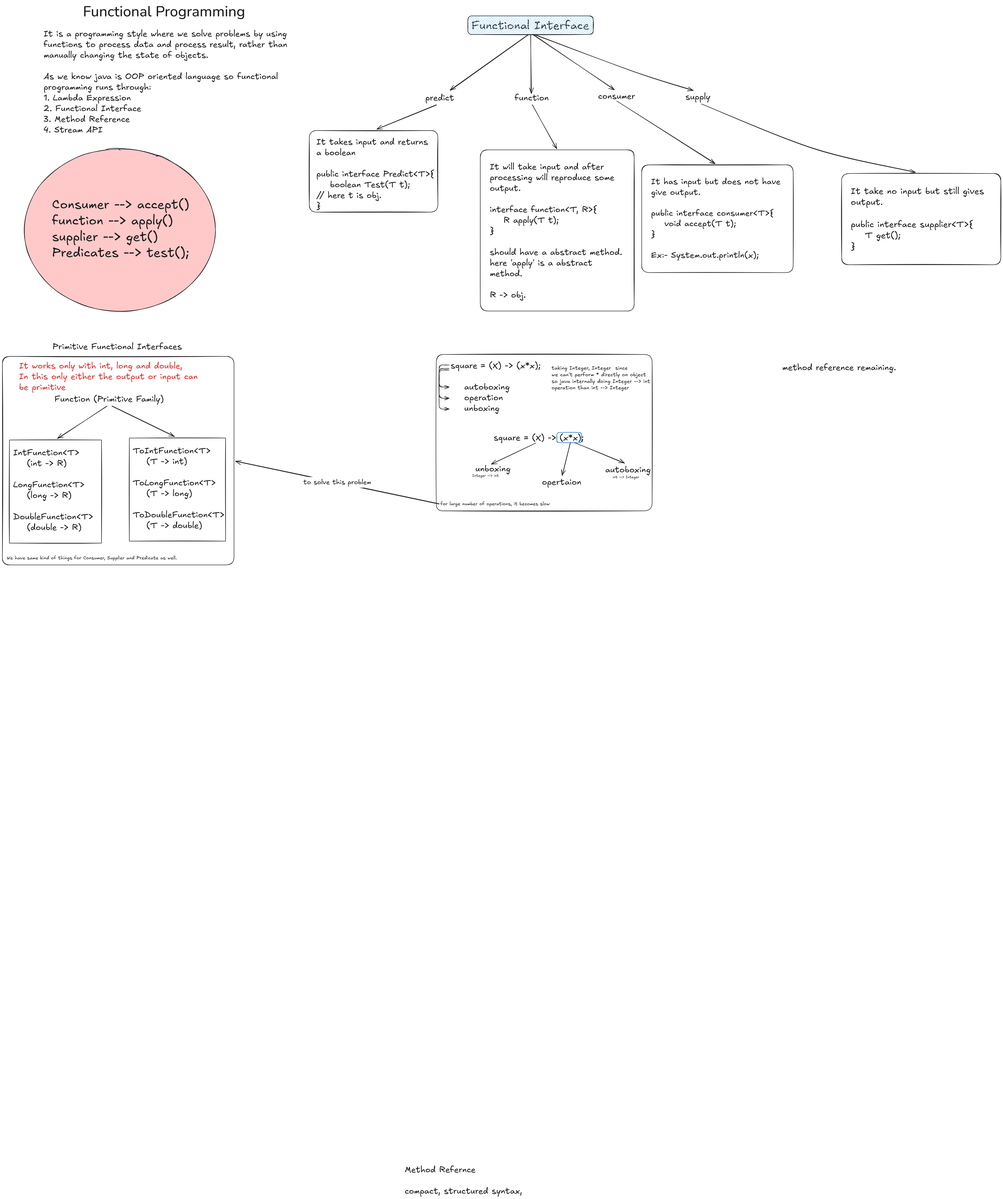
This is dayTen/Functional Programming.excalidraw.png from tanuj0202/javahcl, a Excalidraw export, as it was before one commit. Source tidied: one line per element, renumbered; positions are measured from the earlier drawing's top-left corner, leaving out a move shared by most shapes.
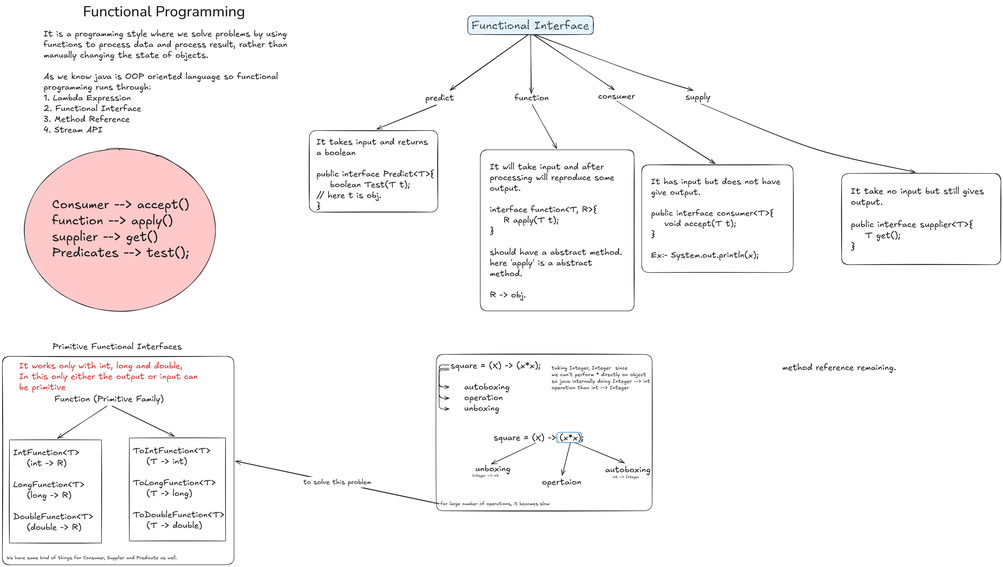
Later version of the same file.

The edit, as a diff of the source:
```diff
@@ -24,7 +24,6 @@
 {"id": 23, "type": "ellipse", "strokeColor": "#1e1e1e", "backgroundColor": "#ffc9c9", "fillStyle": "solid", "strokeWidth": 2, "roughness": 1, "round": true, "x": 92, "y": 617, "width": 806, "height": 685}
 {"id": 24, "type": "text", "text": "Consumer --> accept()\nfunction --> apply()\nsupplier --> get()\nPredicates --> test();", "strokeColor": "#1e1e1e", "strokeWidth": 2, "roughness": 1, "fontSize": 54.19, "fontFamily": 5, "x": 209, "y": 820, "width": 579, "height": 271}
 {"id": 25, "type": "rectangle", "strokeColor": "#1e1e1e", "backgroundColor": "#a5d8ff", "fillStyle": "cross-hatch", "strokeWidth": 2, "roughness": 1, "round": true, "x": 1963, "y": 57, "width": 529, "height": 78}
-{"id": 26, "type": "text", "text": "Method Refernce\n\ncompact, structured syntax, ", "strokeColor": "#1e1e1e", "backgroundColor": "#a5d8ff", "fillStyle": "cross-hatch", "strokeWidth": 2, "roughness": 1, "fontSize": 36, "fontFamily": 5, "x": 1697, "y": 4901, "width": 510, "height": 135}
 {"id": 27, "type": "rectangle", "strokeColor": "#1e1e1e", "strokeWidth": 2, "roughness": 1, "round": true, "x": 1830, "y": 1485, "width": 910, "height": 659}
 {"id": 28, "type": "text", "text": "square = (X) -> (x*x);\n\n    autoboxing\n    operation\n    unboxing\n    ", "strokeColor": "#1e1e1e", "strokeWidth": 2, "roughness": 1, "fontSize": 36, "fontFamily": 5, "x": 1890, "y": 1510, "width": 380, "height": 270}
 {"id": 29, "type": "arrow", "strokeColor": "#1e1e1e", "strokeWidth": 2, "roughness": 1, "endArrowhead": "arrow", "from": 28, "to": 28, "x": 1884, "y": 1550, "width": 42, "height": 72, "points": [[0, 0], [-42, 0], [-42, 72], [0, 72]]}
```
